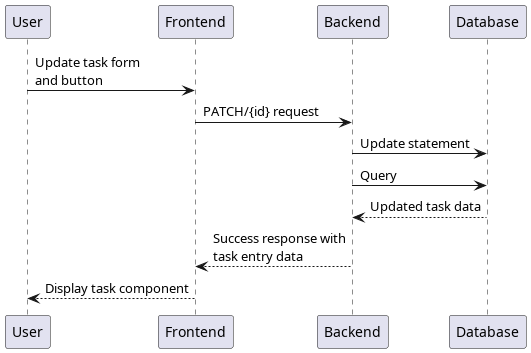
Before: docs/out/docs/Sequences/Update existing single task.png, a diagram exported from PlantUML (Toby-Rea/planner).
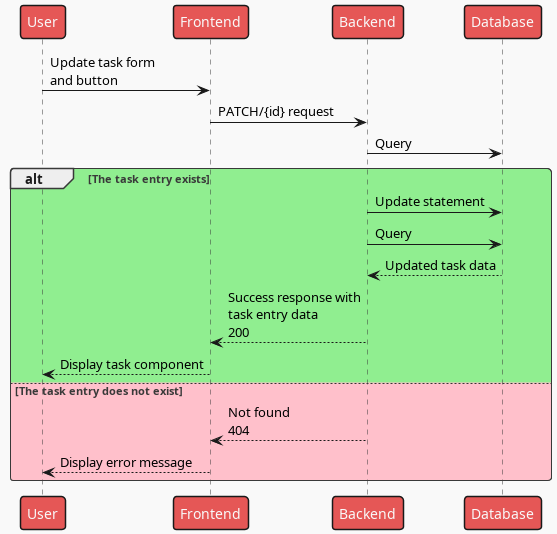
The same diagram one commit later.

Change to the diagram source:
```diff
@@ -1,4 +1,5 @@
 @startuml Update existing single task
+!theme mars
 participant User as u
 participant Frontend as fe
 participant Backend as be
@@ -6,9 +7,16 @@
 
 u -> fe: Update task form\nand button
 fe -> be: PATCH/{id} request
-be -> db: Update statement
 be -> db: Query
-be <-- db: Updated task data
-fe <-- be: Success response with\ntask entry data
-u <-- fe: Display task component
+
+alt #LightGreen The task entry exists
+    be -> db: Update statement
+    be -> db: Query
+    be <-- db: Updated task data
+    fe <-- be: Success response with\ntask entry data\n200
+    u <-- fe: Display task component
+else #Pink The task entry does not exist
+    fe <-- be: Not found\n404
+    u <-- fe: Display error message
+end
 @enduml
```
